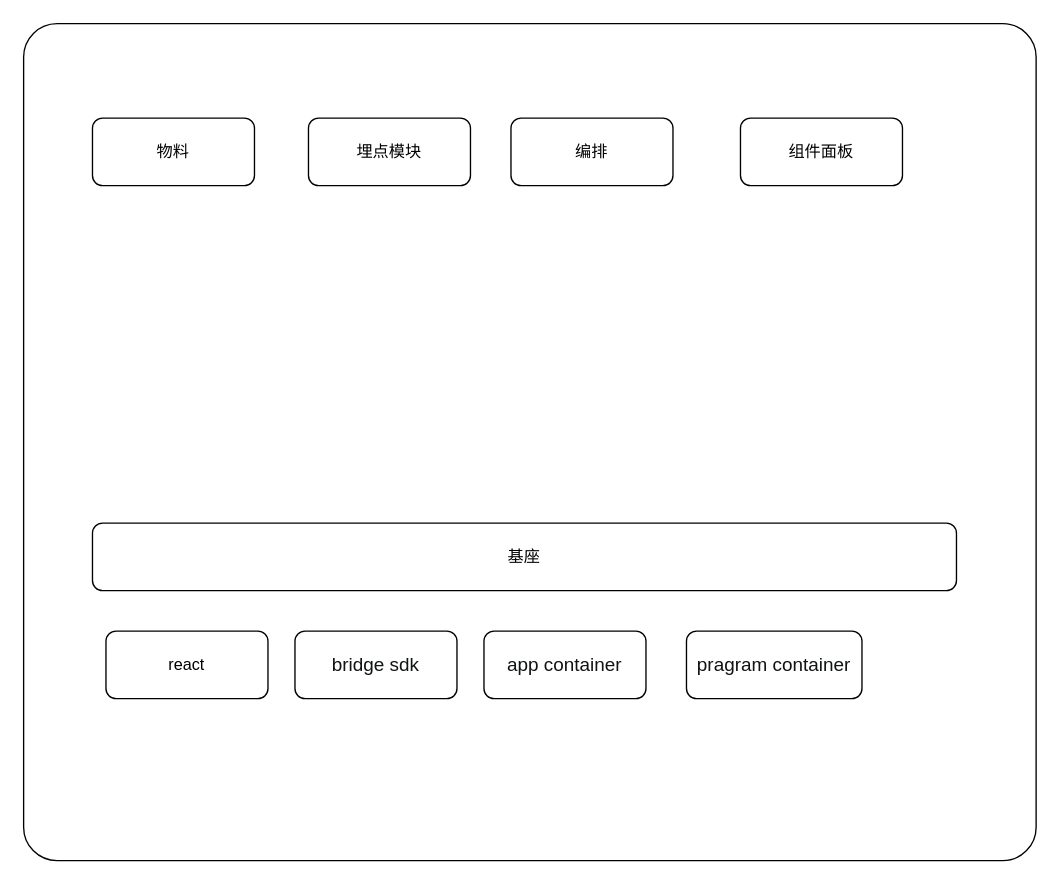
wt9213/wt9213.github.io keeps this draw.io diagram as 未命名绘图.drawio. Above is the earlier version. Source tidied: cells renumbered, new cells numbered last; positions are measured from the earlier drawing's top-left corner, leaving out a move shared by most shapes. Both pictures are drawn from the tidied source at 135%, with x=0, y=0 at pixel (23, 23).
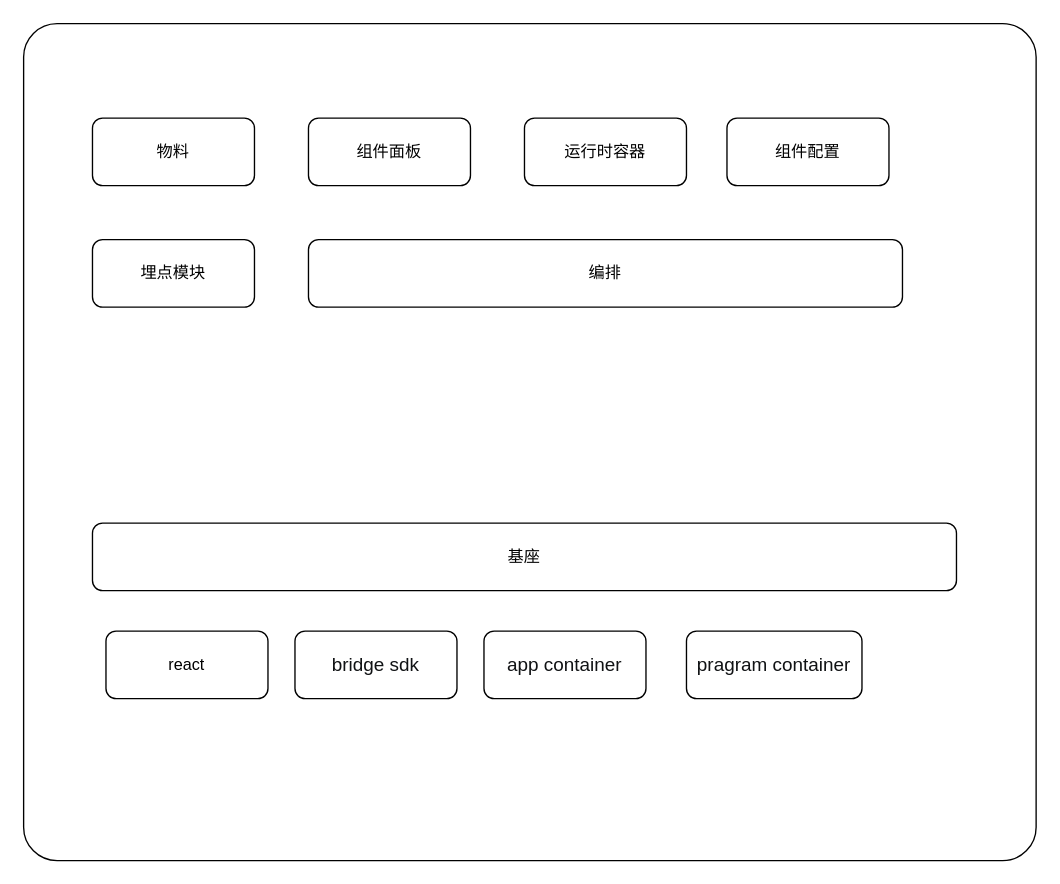
Above is the later version.

Commit message:
更新未命名绘图.drawio

The edit, as a diff of the source:
```diff
@@
 <mxGraphModel>
   <root>
     <mxCell id="0" />
     <mxCell id="1" parent="0" />
     <mxCell id="2" style="whiteSpace=wrap;html=1;rounded=1;arcSize=4;" parent="1" vertex="1">
       <mxGeometry width="750" height="620" as="geometry" />
     </mxCell>
     <mxCell id="3" value="物料" style="rounded=1;whiteSpace=wrap;html=1;" parent="1" vertex="1">
       <mxGeometry x="51" y="70" width="120" height="50" as="geometry" />
     </mxCell>
     <mxCell id="4" value="埋点模块" style="rounded=1;whiteSpace=wrap;html=1;" parent="1" vertex="1">
-      <mxGeometry x="211" y="70" width="120" height="50" as="geometry" />
+      <mxGeometry x="51" y="160" width="120" height="50" as="geometry" />
     </mxCell>
     <mxCell id="5" value="编排" style="rounded=1;whiteSpace=wrap;html=1;" parent="1" vertex="1">
-      <mxGeometry x="361" y="70" width="120" height="50" as="geometry" />
+      <mxGeometry x="211" y="160" width="440" height="50" as="geometry" />
     </mxCell>
     <mxCell id="6" value="基座" style="rounded=1;whiteSpace=wrap;html=1;" parent="1" vertex="1">
       <mxGeometry x="51" y="370" width="640" height="50" as="geometry" />
     </mxCell>
     <mxCell id="7" value="react" style="rounded=1;whiteSpace=wrap;html=1;" parent="1" vertex="1">
       <mxGeometry x="61" y="450" width="120" height="50" as="geometry" />
     </mxCell>
     <mxCell id="8" value="&lt;span style=&quot;background-color: rgb(255, 255, 255); color: rgb(16, 18, 20); font-family: &amp;quot;PingFang SC&amp;quot;; font-size: 10.5pt; letter-spacing: 0pt; text-align: left;&quot;&gt;bridge sdk&lt;/span&gt;" style="rounded=1;whiteSpace=wrap;html=1;" parent="1" vertex="1">
       <mxGeometry x="201" y="450" width="120" height="50" as="geometry" />
     </mxCell>
     <mxCell id="9" value="&lt;div style=&quot;text-align: left;&quot;&gt;&lt;font face=&quot;PingFang SC&quot; color=&quot;#101214&quot;&gt;&lt;span style=&quot;font-size: 14px; background-color: rgb(255, 255, 255);&quot;&gt;app container&lt;/span&gt;&lt;/font&gt;&lt;/div&gt;" style="rounded=1;whiteSpace=wrap;html=1;" parent="1" vertex="1">
       <mxGeometry x="341" y="450" width="120" height="50" as="geometry" />
     </mxCell>
     <mxCell id="10" value="&lt;div style=&quot;text-align: left;&quot;&gt;&lt;font face=&quot;PingFang SC&quot; color=&quot;#101214&quot;&gt;&lt;span style=&quot;font-size: 14px; background-color: rgb(255, 255, 255);&quot;&gt;pragram container&lt;/span&gt;&lt;/font&gt;&lt;/div&gt;" style="rounded=1;whiteSpace=wrap;html=1;" parent="1" vertex="1">
       <mxGeometry x="491" y="450" width="130" height="50" as="geometry" />
     </mxCell>
     <mxCell id="11" value="组件面板" style="rounded=1;whiteSpace=wrap;html=1;" parent="1" vertex="1">
-      <mxGeometry x="531" y="70" width="120" height="50" as="geometry" />
+      <mxGeometry x="211" y="70" width="120" height="50" as="geometry" />
     </mxCell>
+    <mxCell id="12" value="运行时容器" style="rounded=1;whiteSpace=wrap;html=1;" parent="1" vertex="1">
+      <mxGeometry x="371" y="70" width="120" height="50" as="geometry" />
+    </mxCell>
+    <mxCell id="13" value="组件配置" style="rounded=1;whiteSpace=wrap;html=1;" parent="1" vertex="1">
+      <mxGeometry x="521" y="70" width="120" height="50" as="geometry" />
+    </mxCell>
   </root>
 </mxGraphModel>
```
